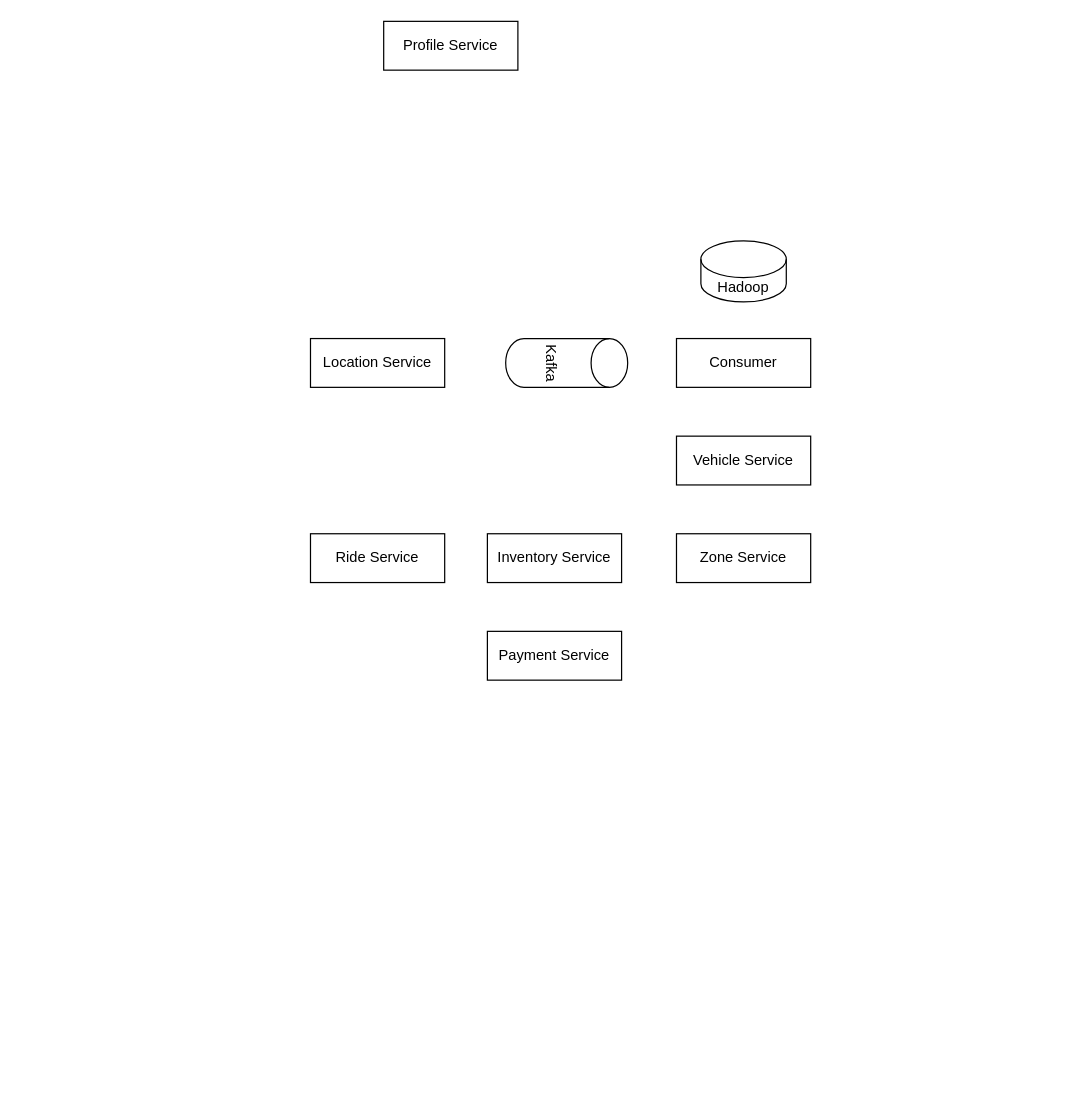
This is Untitled Diagram.drawio from parag3gwl/SystemDesign, a draw.io file, before an edit. Source tidied: cells renumbered, new cells numbered last; positions are measured from the earlier drawing's top-left corner, leaving out a move shared by most shapes. Both pictures are drawn from the tidied source at 122%, with x=0, y=0 at pixel (310, 21).
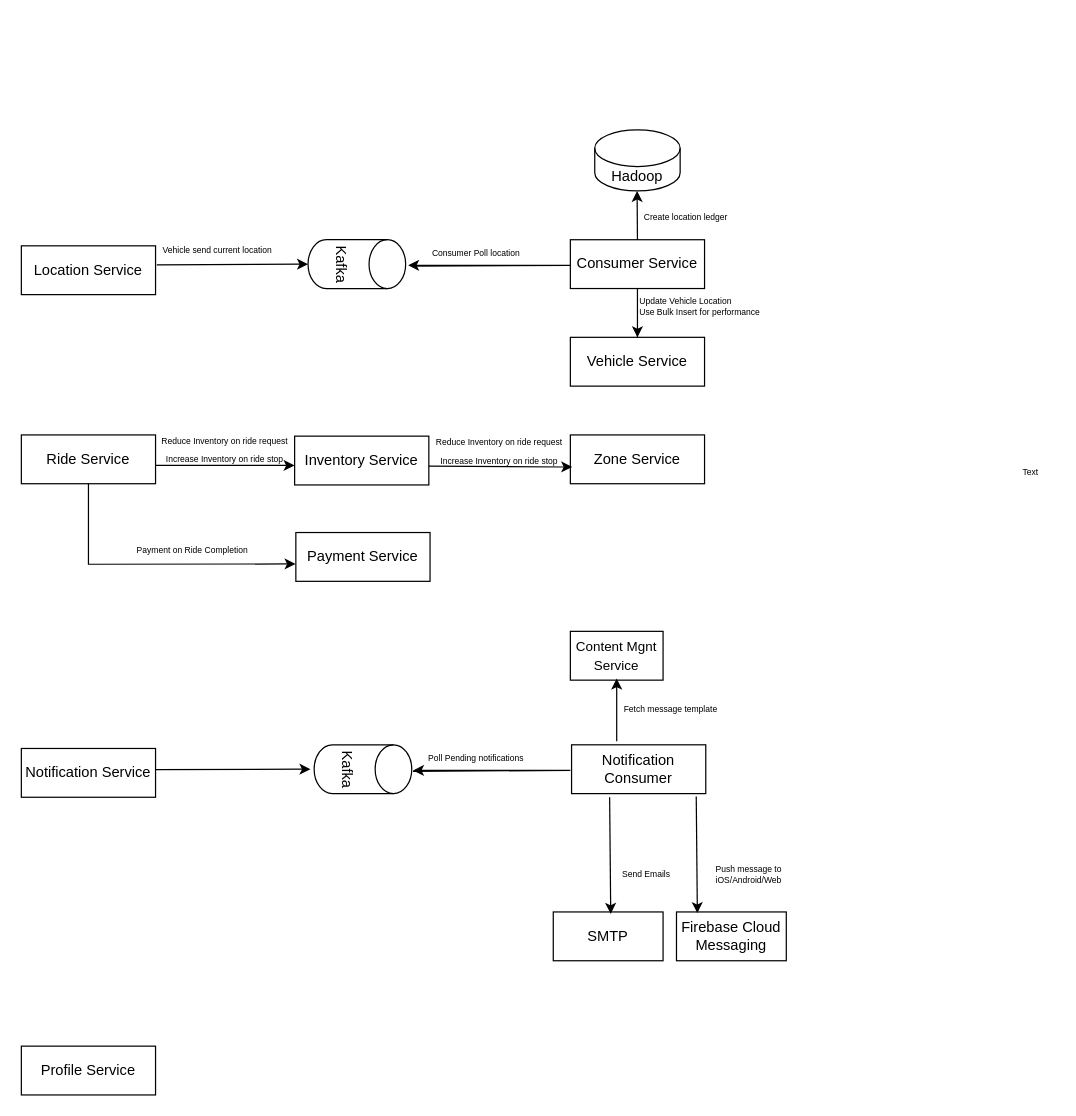
Above is the later version.

Diff of the diagram source:
```diff
@@
     <mxCell id="2" value="Profile Service" style="rounded=0;whiteSpace=wrap;html=1;" parent="1" vertex="1">
-      <mxGeometry x="60" width="110" height="40" as="geometry" />
+      <mxGeometry x="-237" y="840" width="110" height="40" as="geometry" />
     </mxCell>
-    <mxCell id="3" value="Vehicle Service" style="rounded=0;whiteSpace=wrap;html=1;" parent="1" vertex="1">
-      <mxGeometry x="300" y="340" width="110" height="40" as="geometry" />
+    <mxCell id="3" value="Vehicle Service" style="rounded=0;whiteSpace=wrap;html=1;flipV=0;flipH=1;" parent="1" vertex="1">
+      <mxGeometry x="213" y="259" width="110" height="40" as="geometry" />
     </mxCell>
     <mxCell id="4" value="Zone Service" style="rounded=0;whiteSpace=wrap;html=1;" parent="1" vertex="1">
-      <mxGeometry x="300" y="420" width="110" height="40" as="geometry" />
+      <mxGeometry x="213" y="339" width="110" height="40" as="geometry" />
     </mxCell>
     <mxCell id="5" value="Inventory Service" style="rounded=0;whiteSpace=wrap;html=1;" parent="1" vertex="1">
-      <mxGeometry x="145" y="420" width="110" height="40" as="geometry" />
+      <mxGeometry x="-13" y="340" width="110" height="40" as="geometry" />
     </mxCell>
     <mxCell id="6" value="Location Service" style="rounded=0;whiteSpace=wrap;html=1;" parent="1" vertex="1">
-      <mxGeometry y="260" width="110" height="40" as="geometry" />
+      <mxGeometry x="-237" y="184" width="110" height="40" as="geometry" />
     </mxCell>
     <mxCell id="7" value="Ride Service" style="rounded=0;whiteSpace=wrap;html=1;" parent="1" vertex="1">
-      <mxGeometry y="420" width="110" height="40" as="geometry" />
+      <mxGeometry x="-237" y="339" width="110" height="40" as="geometry" />
     </mxCell>
     <mxCell id="8" value="Payment Service" style="rounded=0;whiteSpace=wrap;html=1;" parent="1" vertex="1">
-      <mxGeometry x="145" y="500" width="110" height="40" as="geometry" />
+      <mxGeometry x="-12" y="419" width="110" height="40" as="geometry" />
     </mxCell>
     <mxCell id="9" value="Hadoop" style="shape=cylinder3;whiteSpace=wrap;html=1;boundedLbl=1;backgroundOutline=1;size=15;" parent="1" vertex="1">
-      <mxGeometry x="320" y="180" width="70" height="50" as="geometry" />
+      <mxGeometry x="233" y="89" width="70" height="50" as="geometry" />
     </mxCell>
     <mxCell id="10" value="Kafka" style="shape=cylinder3;whiteSpace=wrap;html=1;boundedLbl=1;backgroundOutline=1;size=15;rotation=90;" parent="1" vertex="1">
-      <mxGeometry x="190" y="230" width="40" height="100" as="geometry" />
+      <mxGeometry x="18" y="159" width="40" height="80" as="geometry" />
     </mxCell>
-    <mxCell id="11" value="Consumer" style="rounded=0;whiteSpace=wrap;html=1;" parent="1" vertex="1">
-      <mxGeometry x="300" y="260" width="110" height="40" as="geometry" />
+    <mxCell id="11" value="Consumer Service" style="rounded=0;whiteSpace=wrap;html=1;flipV=0;flipH=1;" parent="1" vertex="1">
+      <mxGeometry x="213" y="179" width="110" height="40" as="geometry" />
     </mxCell>
+    <mxCell id="12" style="endArrow=classic;html=1;rounded=0;entryX=0.5;entryY=1;entryDx=0;entryDy=0;entryPerimeter=0;" parent="1" edge="1" target="10">
+      <mxGeometry relative="1" as="geometry">
+        <mxPoint x="-126" y="199.7" as="sourcePoint" />
+      </mxGeometry>
+    </mxCell>
+    <mxCell id="13" value="&lt;font style=&quot;font-size: 7px;&quot;&gt;Vehicle send current location&lt;/font&gt;" style="text;html=1;strokeColor=none;fillColor=none;align=center;verticalAlign=middle;whiteSpace=wrap;rounded=0;" parent="1" vertex="1">
+      <mxGeometry x="-126" y="176" width="100" height="20" as="geometry" />
+    </mxCell>
+    <mxCell id="14" style="endArrow=classic;html=1;rounded=0;" parent="1" edge="1">
+      <mxGeometry relative="1" as="geometry">
+        <mxPoint x="84" y="200.7" as="sourcePoint" />
+        <mxPoint x="80" y="200" as="targetPoint" />
+        <Array as="points">
+          <mxPoint x="213" y="200" />
+        </Array>
+      </mxGeometry>
+    </mxCell>
+    <mxCell id="15" value="&lt;font style=&quot;font-size: 7px;&quot;&gt;Consumer Poll location&lt;/font&gt;" style="text;html=1;strokeColor=none;fillColor=none;align=center;verticalAlign=middle;whiteSpace=wrap;rounded=0;" parent="1" vertex="1">
+      <mxGeometry x="93" y="179" width="86" height="20" as="geometry" />
+    </mxCell>
+    <mxCell id="16" value="&lt;font style=&quot;font-size: 7px;&quot;&gt;Create location ledger&lt;/font&gt;" style="text;html=1;strokeColor=none;fillColor=none;align=center;verticalAlign=middle;whiteSpace=wrap;rounded=0;" parent="1" vertex="1">
+      <mxGeometry x="268" y="149" width="80" height="20" as="geometry" />
+    </mxCell>
+    <mxCell id="17" style="endArrow=classic;html=1;rounded=0;fontSize=7;exitX=0.5;exitY=0;exitDx=0;exitDy=0;" parent="1" edge="1" source="11">
+      <mxGeometry relative="1" as="geometry">
+        <mxPoint x="267.7" y="139" as="targetPoint" />
+      </mxGeometry>
+    </mxCell>
+    <mxCell id="18" style="endArrow=classic;html=1;rounded=0;fontSize=7;exitX=0.5;exitY=0;exitDx=0;exitDy=0;" parent="1" edge="1" target="3">
+      <mxGeometry relative="1" as="geometry">
+        <mxPoint x="268" y="259" as="sourcePoint" />
+        <Array as="points">
+          <mxPoint x="268" y="219" />
+        </Array>
+      </mxGeometry>
+    </mxCell>
+    <mxCell id="19" value="Update Vehicle Location&lt;br&gt;&lt;div style=&quot;&quot;&gt;&lt;span style=&quot;background-color: initial;&quot;&gt;Use Bulk Insert for performance&lt;/span&gt;&lt;/div&gt;" style="text;html=1;align=left;verticalAlign=middle;strokeColor=none;fillColor=none;fontSize=7;" parent="1" vertex="1">
+      <mxGeometry x="268" y="224" width="110" height="20" as="geometry" />
+    </mxCell>
+    <mxCell id="20" style="endArrow=classic;html=1;rounded=0;entryX=0.5;entryY=1;entryDx=0;entryDy=0;entryPerimeter=0;exitX=1;exitY=0.625;exitDx=0;exitDy=0;exitPerimeter=0;" parent="1" edge="1" source="7">
+      <mxGeometry relative="1" as="geometry">
+        <mxPoint x="-13" y="364" as="targetPoint" />
+      </mxGeometry>
+    </mxCell>
+    <mxCell id="21" value="&lt;font style=&quot;font-size: 7px;&quot;&gt;&lt;font style=&quot;font-size: 7px;&quot;&gt;Reduce Inventory on ride request&lt;/font&gt;&lt;br&gt;&lt;font style=&quot;font-size: 7px;&quot;&gt;Increase Inventory on ride stop&lt;/font&gt;&lt;/font&gt;" style="text;html=1;strokeColor=none;fillColor=none;align=center;verticalAlign=middle;whiteSpace=wrap;rounded=0;" parent="1" vertex="1">
+      <mxGeometry x="-127" y="340" width="114" height="20" as="geometry" />
+    </mxCell>
+    <mxCell id="22" style="endArrow=classic;html=1;rounded=0;entryX=0.014;entryY=0.658;entryDx=0;entryDy=0;entryPerimeter=0;" parent="1" edge="1" target="4">
+      <mxGeometry relative="1" as="geometry">
+        <mxPoint x="97" y="364.6" as="sourcePoint" />
+      </mxGeometry>
+    </mxCell>
+    <mxCell id="23" value="&lt;font style=&quot;font-size: 7px;&quot;&gt;&lt;font style=&quot;font-size: 7px;&quot;&gt;Reduce Inventory on ride request&lt;/font&gt;&lt;br&gt;&lt;font style=&quot;font-size: 7px;&quot;&gt;Increase Inventory on ride stop&lt;/font&gt;&lt;/font&gt;" style="text;html=1;strokeColor=none;fillColor=none;align=center;verticalAlign=middle;whiteSpace=wrap;rounded=0;" parent="1" vertex="1">
+      <mxGeometry x="97" y="340.9" width="116" height="20" as="geometry" />
+    </mxCell>
+    <mxCell id="24" value="Text" style="text;html=1;align=center;verticalAlign=middle;strokeColor=none;fillColor=none;fontSize=7;" parent="1" vertex="1">
+      <mxGeometry x="570" y="360" width="40" height="20" as="geometry" />
+    </mxCell>
+    <mxCell id="25" style="endArrow=classic;html=1;rounded=0;fontSize=7;exitX=0.5;exitY=1;exitDx=0;exitDy=0;entryX=-0.002;entryY=0.644;entryDx=0;entryDy=0;entryPerimeter=0;" parent="1" edge="1" source="7" target="8">
+      <mxGeometry relative="1" as="geometry">
+        <Array as="points">
+          <mxPoint x="-182" y="445" />
+        </Array>
+      </mxGeometry>
+    </mxCell>
+    <mxCell id="26" value="Payment on Ride Completion" style="text;html=1;align=center;verticalAlign=middle;strokeColor=none;fillColor=none;fontSize=7;" parent="1" vertex="1">
+      <mxGeometry x="-152" y="429" width="110" height="10" as="geometry" />
+    </mxCell>
+    <mxCell id="27" value="Notification Consumer" style="rounded=0;whiteSpace=wrap;html=1;" parent="1" vertex="1">
+      <mxGeometry x="214" y="593" width="110" height="40" as="geometry" />
+    </mxCell>
+    <mxCell id="28" value="Kafka" style="shape=cylinder3;whiteSpace=wrap;html=1;boundedLbl=1;backgroundOutline=1;size=15;rotation=90;" parent="1" vertex="1">
+      <mxGeometry x="23" y="573" width="40" height="80" as="geometry" />
+    </mxCell>
+    <mxCell id="29" style="endArrow=classic;html=1;rounded=0;" parent="1" edge="1">
+      <mxGeometry relative="1" as="geometry">
+        <mxPoint x="84" y="614.7" as="sourcePoint" />
+        <mxPoint x="84" y="614" as="targetPoint" />
+        <Array as="points">
+          <mxPoint x="213" y="614" />
+        </Array>
+      </mxGeometry>
+    </mxCell>
+    <mxCell id="30" value="&lt;span style=&quot;font-size: 7px;&quot;&gt;Poll Pending&amp;nbsp;notifications&lt;/span&gt;" style="text;html=1;strokeColor=none;fillColor=none;align=center;verticalAlign=middle;whiteSpace=wrap;rounded=0;" parent="1" vertex="1">
+      <mxGeometry x="93" y="593" width="86" height="20" as="geometry" />
+    </mxCell>
+    <mxCell id="31" value="&lt;font style=&quot;font-size: 11px;&quot;&gt;Content Mgnt Service&lt;/font&gt;" style="rounded=0;whiteSpace=wrap;html=1;" parent="1" vertex="1">
+      <mxGeometry x="213" y="500" width="76" height="40" as="geometry" />
+    </mxCell>
+    <mxCell id="32" style="endArrow=classic;html=1;rounded=0;entryX=0.46;entryY=-0.008;entryDx=0;entryDy=0;entryPerimeter=0;" parent="1" edge="1">
+      <mxGeometry relative="1" as="geometry">
+        <mxPoint x="251" y="590" as="sourcePoint" />
+        <mxPoint x="251" y="538.7" as="targetPoint" />
+      </mxGeometry>
+    </mxCell>
+    <mxCell id="33" value="&lt;font style=&quot;font-size: 7px;&quot;&gt;Fetch message template&lt;/font&gt;" style="text;html=1;align=center;verticalAlign=middle;strokeColor=none;fillColor=none;fontSize=11;" parent="1" vertex="1">
+      <mxGeometry x="250" y="553" width="90" height="20" as="geometry" />
+    </mxCell>
+    <mxCell id="34" value="Firebase Cloud Messaging" style="rounded=0;whiteSpace=wrap;html=1;" parent="1" vertex="1">
+      <mxGeometry x="300" y="730" width="90" height="40" as="geometry" />
+    </mxCell>
+    <mxCell id="35" style="endArrow=classic;html=1;rounded=0;entryX=0.19;entryY=0.024;entryDx=0;entryDy=0;entryPerimeter=0;exitX=0.929;exitY=1.058;exitDx=0;exitDy=0;exitPerimeter=0;" parent="1" edge="1" source="27" target="34">
+      <mxGeometry relative="1" as="geometry" />
+    </mxCell>
+    <mxCell id="36" value="Notification Service" style="rounded=0;whiteSpace=wrap;html=1;" parent="1" vertex="1">
+      <mxGeometry x="-237" y="596" width="110" height="40" as="geometry" />
+    </mxCell>
+    <mxCell id="37" style="endArrow=classic;html=1;rounded=0;exitX=0.465;exitY=1.05;exitDx=0;exitDy=0;exitPerimeter=0;" parent="1" edge="1">
+      <mxGeometry relative="1" as="geometry">
+        <mxPoint x="-126.7" y="613.3" as="sourcePoint" />
+        <mxPoint y="613" as="targetPoint" />
+      </mxGeometry>
+    </mxCell>
+    <mxCell id="38" value="Push message to &lt;br&gt;iOS/Android/Web" style="text;html=1;align=center;verticalAlign=middle;strokeColor=none;fillColor=none;fontSize=7;" parent="1" vertex="1">
+      <mxGeometry x="324" y="690" width="70" height="20" as="geometry" />
+    </mxCell>
+    <mxCell id="39" value="SMTP" style="rounded=0;whiteSpace=wrap;html=1;" parent="1" vertex="1">
+      <mxGeometry x="199" y="730" width="90" height="40" as="geometry" />
+    </mxCell>
+    <mxCell id="40" style="endArrow=classic;html=1;rounded=0;entryX=0.19;entryY=0.024;entryDx=0;entryDy=0;entryPerimeter=0;exitX=0.929;exitY=1.058;exitDx=0;exitDy=0;exitPerimeter=0;" parent="1" edge="1">
+      <mxGeometry relative="1" as="geometry">
+        <mxPoint x="245.2" y="636" as="sourcePoint" />
+        <mxPoint x="246.1" y="731.6" as="targetPoint" />
+      </mxGeometry>
+    </mxCell>
+    <mxCell id="41" value="Send Emails" style="text;html=1;align=center;verticalAlign=middle;strokeColor=none;fillColor=none;fontSize=7;" parent="1" vertex="1">
+      <mxGeometry x="250" y="695" width="50" height="10" as="geometry" />
+    </mxCell>
```
